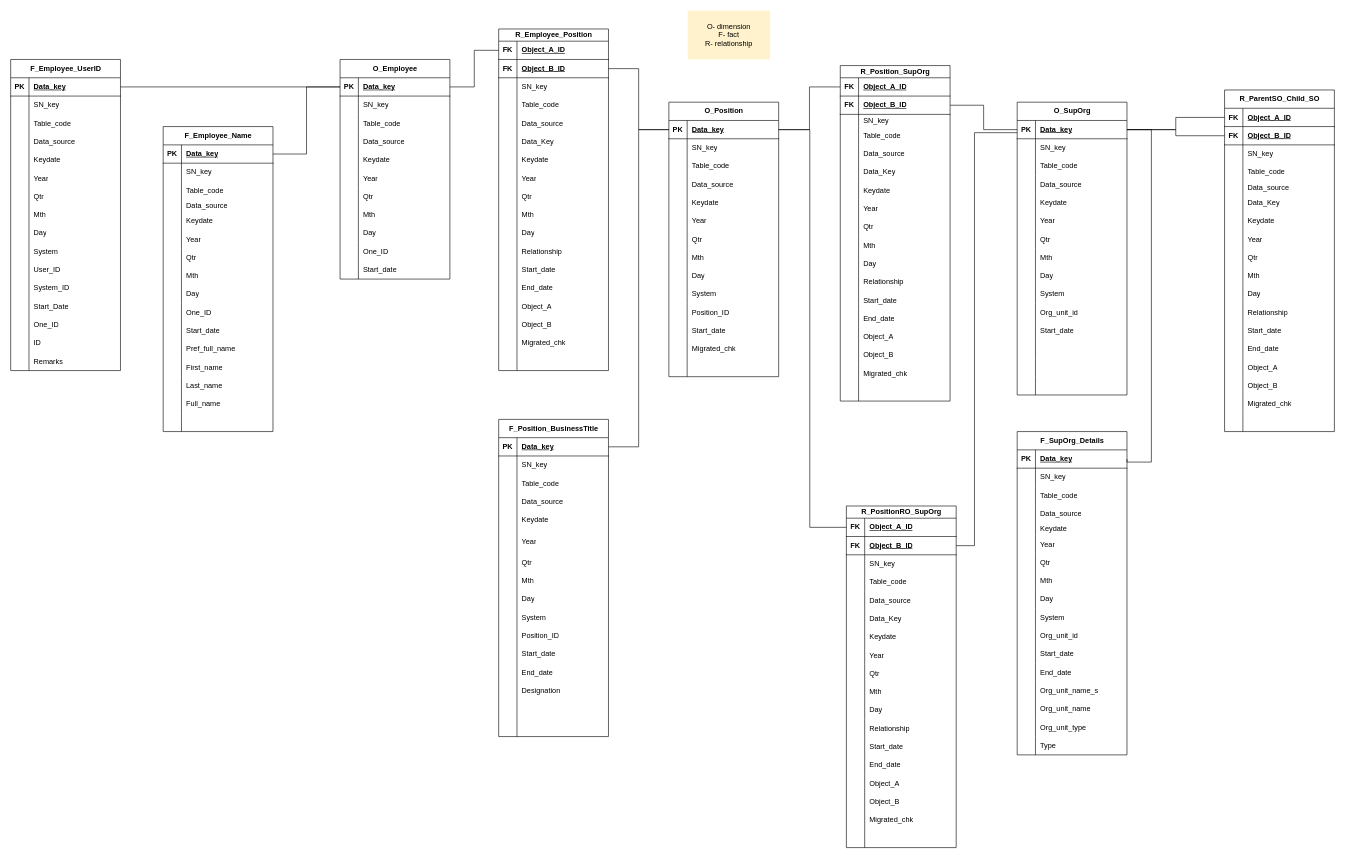
suphineneo/ERD_diagrams keeps this draw.io diagram as HRA_ERD_Phase2A.drawio. Above is the earlier version. Source tidied: cells renumbered, new cells numbered last; positions are measured from the earlier drawing's top-left corner, leaving out a move shared by most shapes. Both pictures are drawn from the tidied source at 61%, with x=0, y=0 at pixel (10, 10).
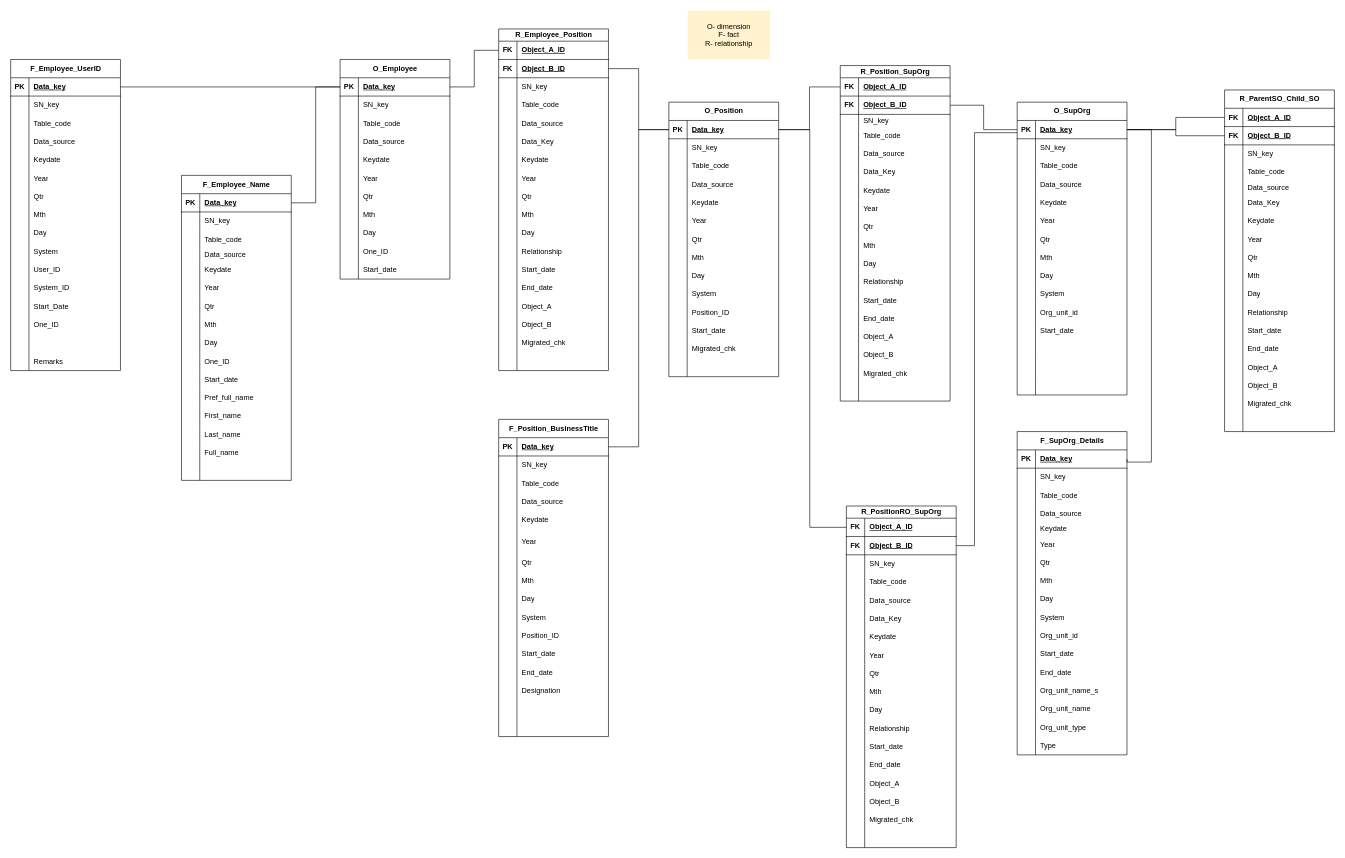
After the change.

Unchanged cells that the change refers to:
```xml
<mxCell id="128" style="shape=tableRow;horizontal=0;startSize=0;swimlaneHead=0;swimlaneBody=0;fillColor=none;top=0;left=0;right=0;bottom=0;" parent="85" vertex="1">
  <mxGeometry y="450" width="180" height="30" as="geometry" />
</mxCell>
```

What changed in the source:
```diff
@@
     <mxCell id="36" value="F_Employee_Name" style="shape=table;startSize=30;childLayout=tableLayout;rowLines=0;fontStyle=1;align=center;html=1;" parent="1" vertex="1">
-      <mxGeometry x="250" y="190" width="180" height="500" as="geometry" />
+      <mxGeometry x="280" y="270" width="180" height="500" as="geometry" />
     </mxCell>
@@
-    <mxCell id="130" value="ID" style="shape=partialRectangle;fillColor=none;top=0;left=0;bottom=0;right=0;align=left;spacingLeft=6;overflow=hidden;whiteSpace=wrap;html=1;" parent="128" vertex="1">
+    <mxCell id="130" style="shape=partialRectangle;fillColor=none;top=0;left=0;bottom=0;right=0;align=left;spacingLeft=6;overflow=hidden;whiteSpace=wrap;html=1;" parent="128" vertex="1">
       <mxGeometry x="30" width="150" height="30" as="geometry" />
     </mxCell>
```
